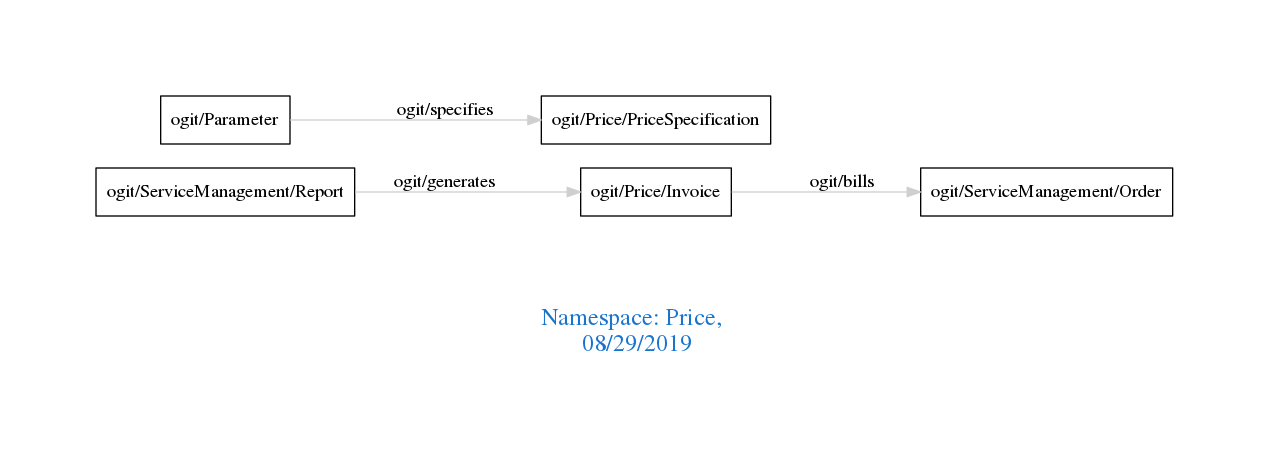
This is downloads/Price.png from arago/OGIT, a Graphviz export, as it was before one commit. Its source is kept beside it as downloads/Price.dot.
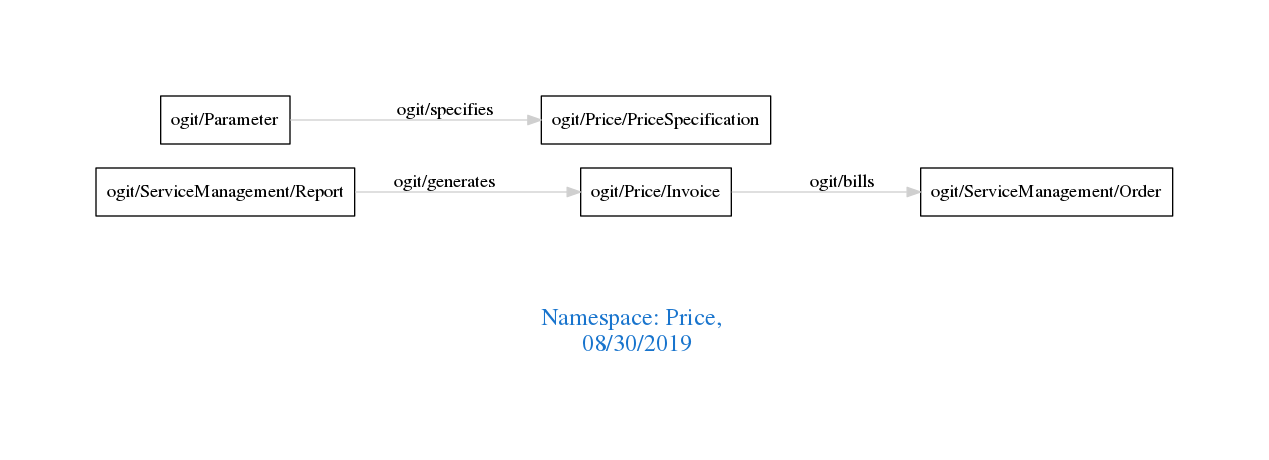
Above is the later version.

Change to the diagram source:
```diff
@@ -1,7 +1,7 @@
 digraph OGIT_ontology {
  graph [ rankdir= LR,pad=1
 fontsize = 18,
-fontcolor= dodgerblue3,label = "\n\n\nNamespace: Price, \n 08/29/2019"];
+fontcolor= dodgerblue3,label = "\n\n\nNamespace: Price, \n 08/30/2019"];
 node[shape=polygon];
 edge [  color="gray81"];
 
```
